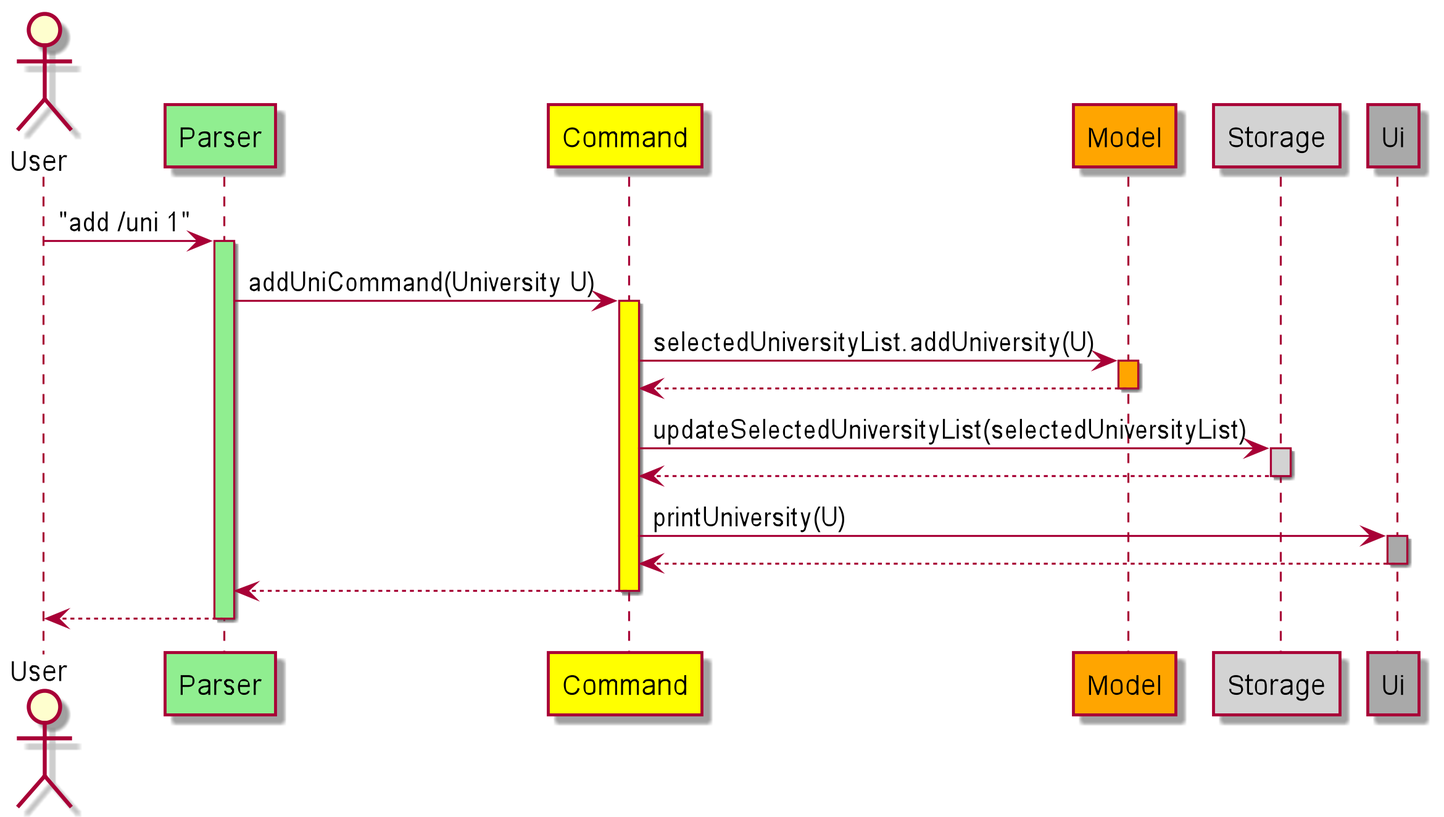
Earlier version of the PlantUML export docs/images/mainseq.png (nus-cs2113-AY2122S1/tp).
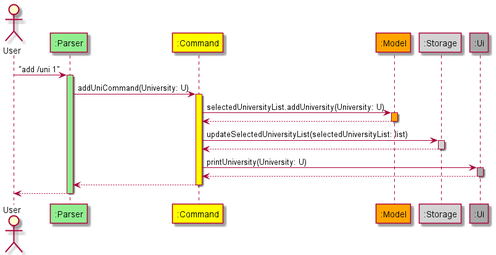
Above is the later version.

Commit message:
edit uiseq and mainseq

The edit, as a diff of the source:
```diff
@@ -2,32 +2,32 @@
 
 actor User
 
-participant Parser #LightGreen
-User -> Parser ++ #LightGreen: "add /uni 1"
+participant ":Parser" #LightGreen
+User -> ":Parser" ++ #LightGreen: "add /uni 1"
 
-participant Command #Yellow
-Parser -> Command ++ #Yellow : addUniCommand(University U)
+participant ":Command" #Yellow
+":Parser" -> ":Command" ++ #Yellow : addUniCommand(University: U)
 
-participant Model #Orange
-Command -> Model ++ #Orange: selectedUniversityList.addUniversity(U)
+participant ":Model" #Orange
+":Command" -> ":Model" ++ #Orange: selectedUniversityList.addUniversity(University: U)
 return
-deactivate Model
+deactivate ":Model"
 
-participant Storage #LightGrey
-Command -> Storage ++ #LightGrey: updateSelectedUniversityList(selectedUniversityList)
+participant ":Storage" #LightGrey
+":Command" -> ":Storage" ++ #LightGrey: updateSelectedUniversityList(selectedUniversityList: list)
 return
-deactivate Storage
+deactivate ":Storage"
 
-participant Ui #DarkGrey
-Command -> Ui ++ #DarkGrey : printUniversity(U)
+participant ":Ui" #DarkGrey
+":Command" -> ":Ui" ++ #DarkGrey : printUniversity(University: U)
 return
-deactivate Ui
+deactivate ":Ui"
 
-Command --> Parser
-deactivate Command
+":Command" --> ":Parser"
+deactivate ":Command"
 
-Parser --> User
-deactivate Parser
+":Parser" --> User
+deactivate ":Parser"
 
 
 @enduml
```
